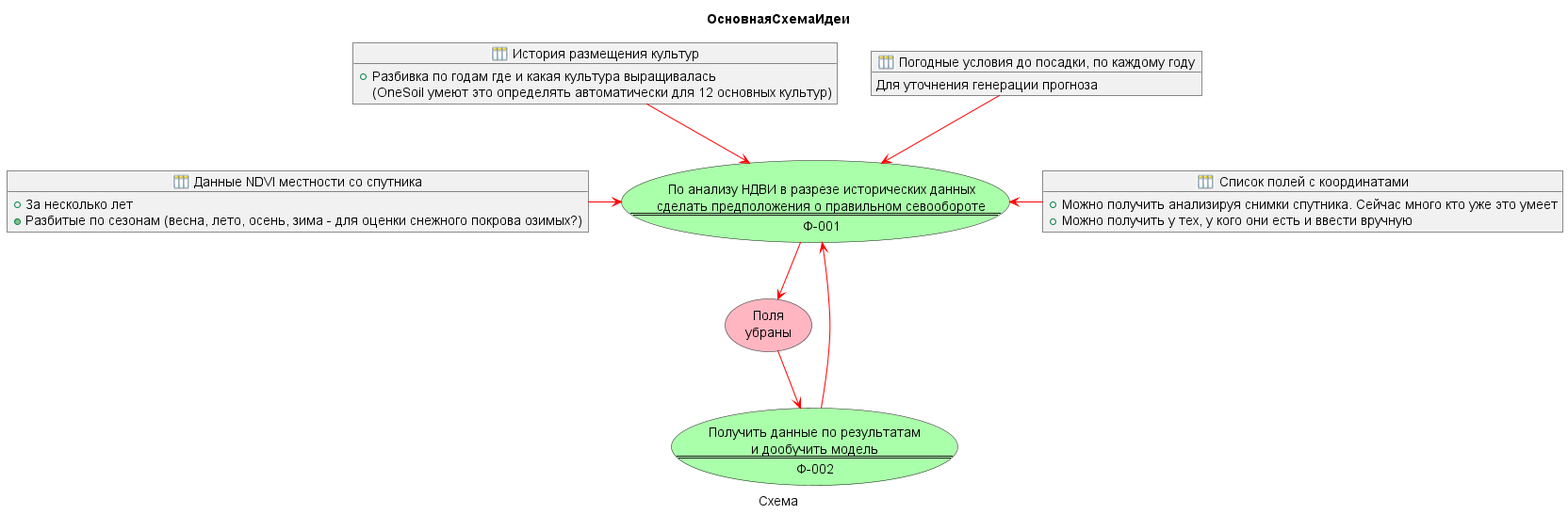
Earlier version of the PlantUML export out/mainscheme/main.png (redokov/task1). The source it was exported from:
```plantuml
@startuml main


skinparam sequence {
   ArrowColor Red
}

skinparam usecase {
    BackgroundColor LightPink
}

skinparam note {
    BackgroundColor LightBlue
}

skinparam rectangle {
    BackgroundColor LightGray
}

!define v8_PUML https://raw.githubusercontent.com/plastinin/1ce-icons-for-plantuml/extended/dist/
!include v8_PUML/common.puml
!include v8_PUML/v8_AccRg.puml
!include v8_PUML/v8_Document.puml
!include v8_PUML/v8_Catalog.puml
!include v8_PUML/v8_InfoRg.puml
!include v8_PUML/v8_ChartsOfCharacteristicTypes.puml
!include v8_PUML/v8_DefinedTypes.puml
!include v8_PUML/v8_Enum.puml
!include <tupadr3/common>
!include <tupadr3/font-awesome/server>
!include <tupadr3/font-awesome/database>
!include <tupadr3/font-awesome/file_excel_o>
!include <tupadr3/font-awesome/mobile>
!include <tupadr3/font-awesome/safari>
!include <tupadr3/font-awesome/wpforms>

Title **ОсновнаяСхемаИдеи**
Caption Схема
_Справочник(НДВИ, "Данные NDVI местности со спутника"){
   + За несколько лет
   + Разбитые по сезонам (весна, лето, осень, зима - для оценки снежного покрова озимых?)
}

_Справочник(Поля, "Список полей с координатами"){
   + Можно получить анализируя снимки спутника. Сейчас много кто уже это умеет
   + Можно получить у тех, у кого они есть и ввести вручную
}

_Справочник(Размещения, "История размещения культур"){
   + Разбивка по годам где и какая культура выращивалась
   (OneSoil умеют это определять автоматически для 12 основных культур)
}

usecase Ф.1 #AAFFAA as "
По анализу НДВИ в разрезе исторических данных
сделать предположения о правильном севообороте
====
Ф-001"

_Справочник(Погода, "Погодные условия до посадки, по каждому году"){
   Для уточнения генерации прогноза
}

usecase С.1 as "Поля
 убраны"

usecase Ф.2 #AAFFAA as "
Получить данные по результатам
и дообучить модель
====
Ф-002"

Погода -d-> Ф.1
НДВИ -r-> Ф.1
Поля -l-> Ф.1
Размещения -d-> Ф.1
Ф.1 -d-> С.1
С.1 -d-> Ф.2
Ф.2 --> Ф.1


@enduml
```
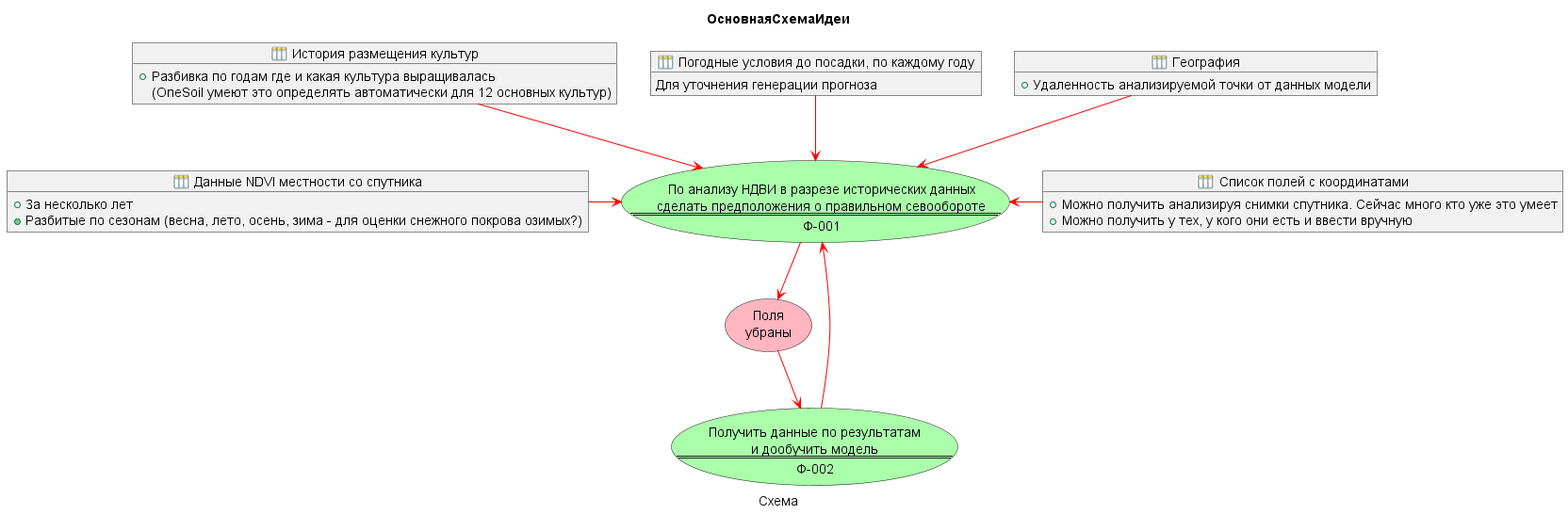
The same diagram one commit later.

Commit message:
Описал схему работы

Diff of the diagram source:
```diff
@@ -61,6 +61,10 @@
    Для уточнения генерации прогноза
 }
 
+_Справочник(Гео, "География"){
+   + Удаленность анализируемой точки от данных модели
+}
+
 usecase С.1 as "Поля
  убраны"
 
@@ -70,6 +74,7 @@
 ====
 Ф-002"
 
+Гео -d-> Ф.1
 Погода -d-> Ф.1
 НДВИ -r-> Ф.1
 Поля -l-> Ф.1
```
